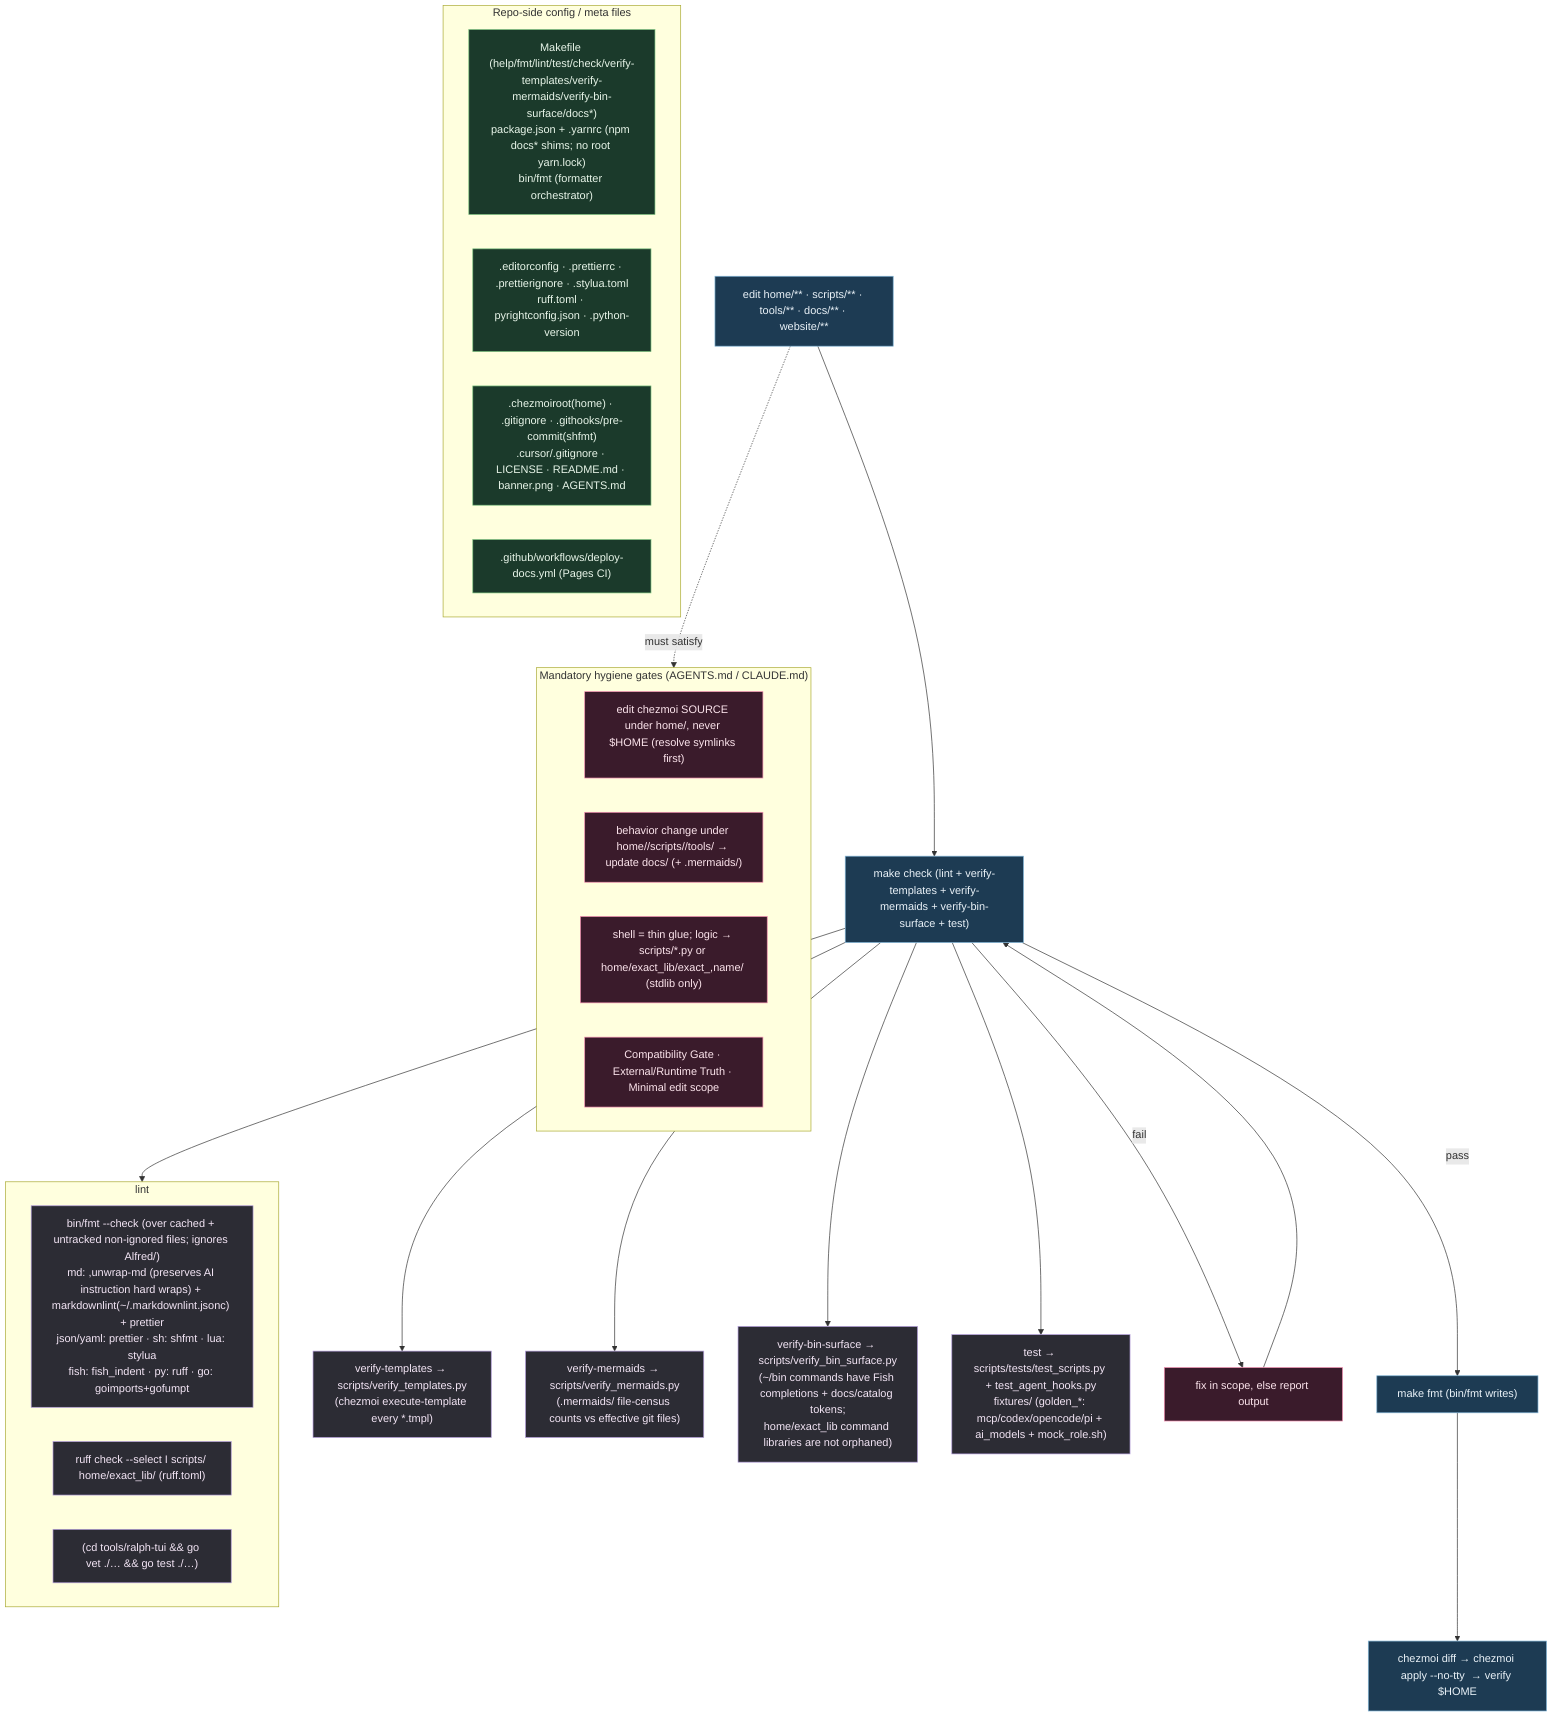
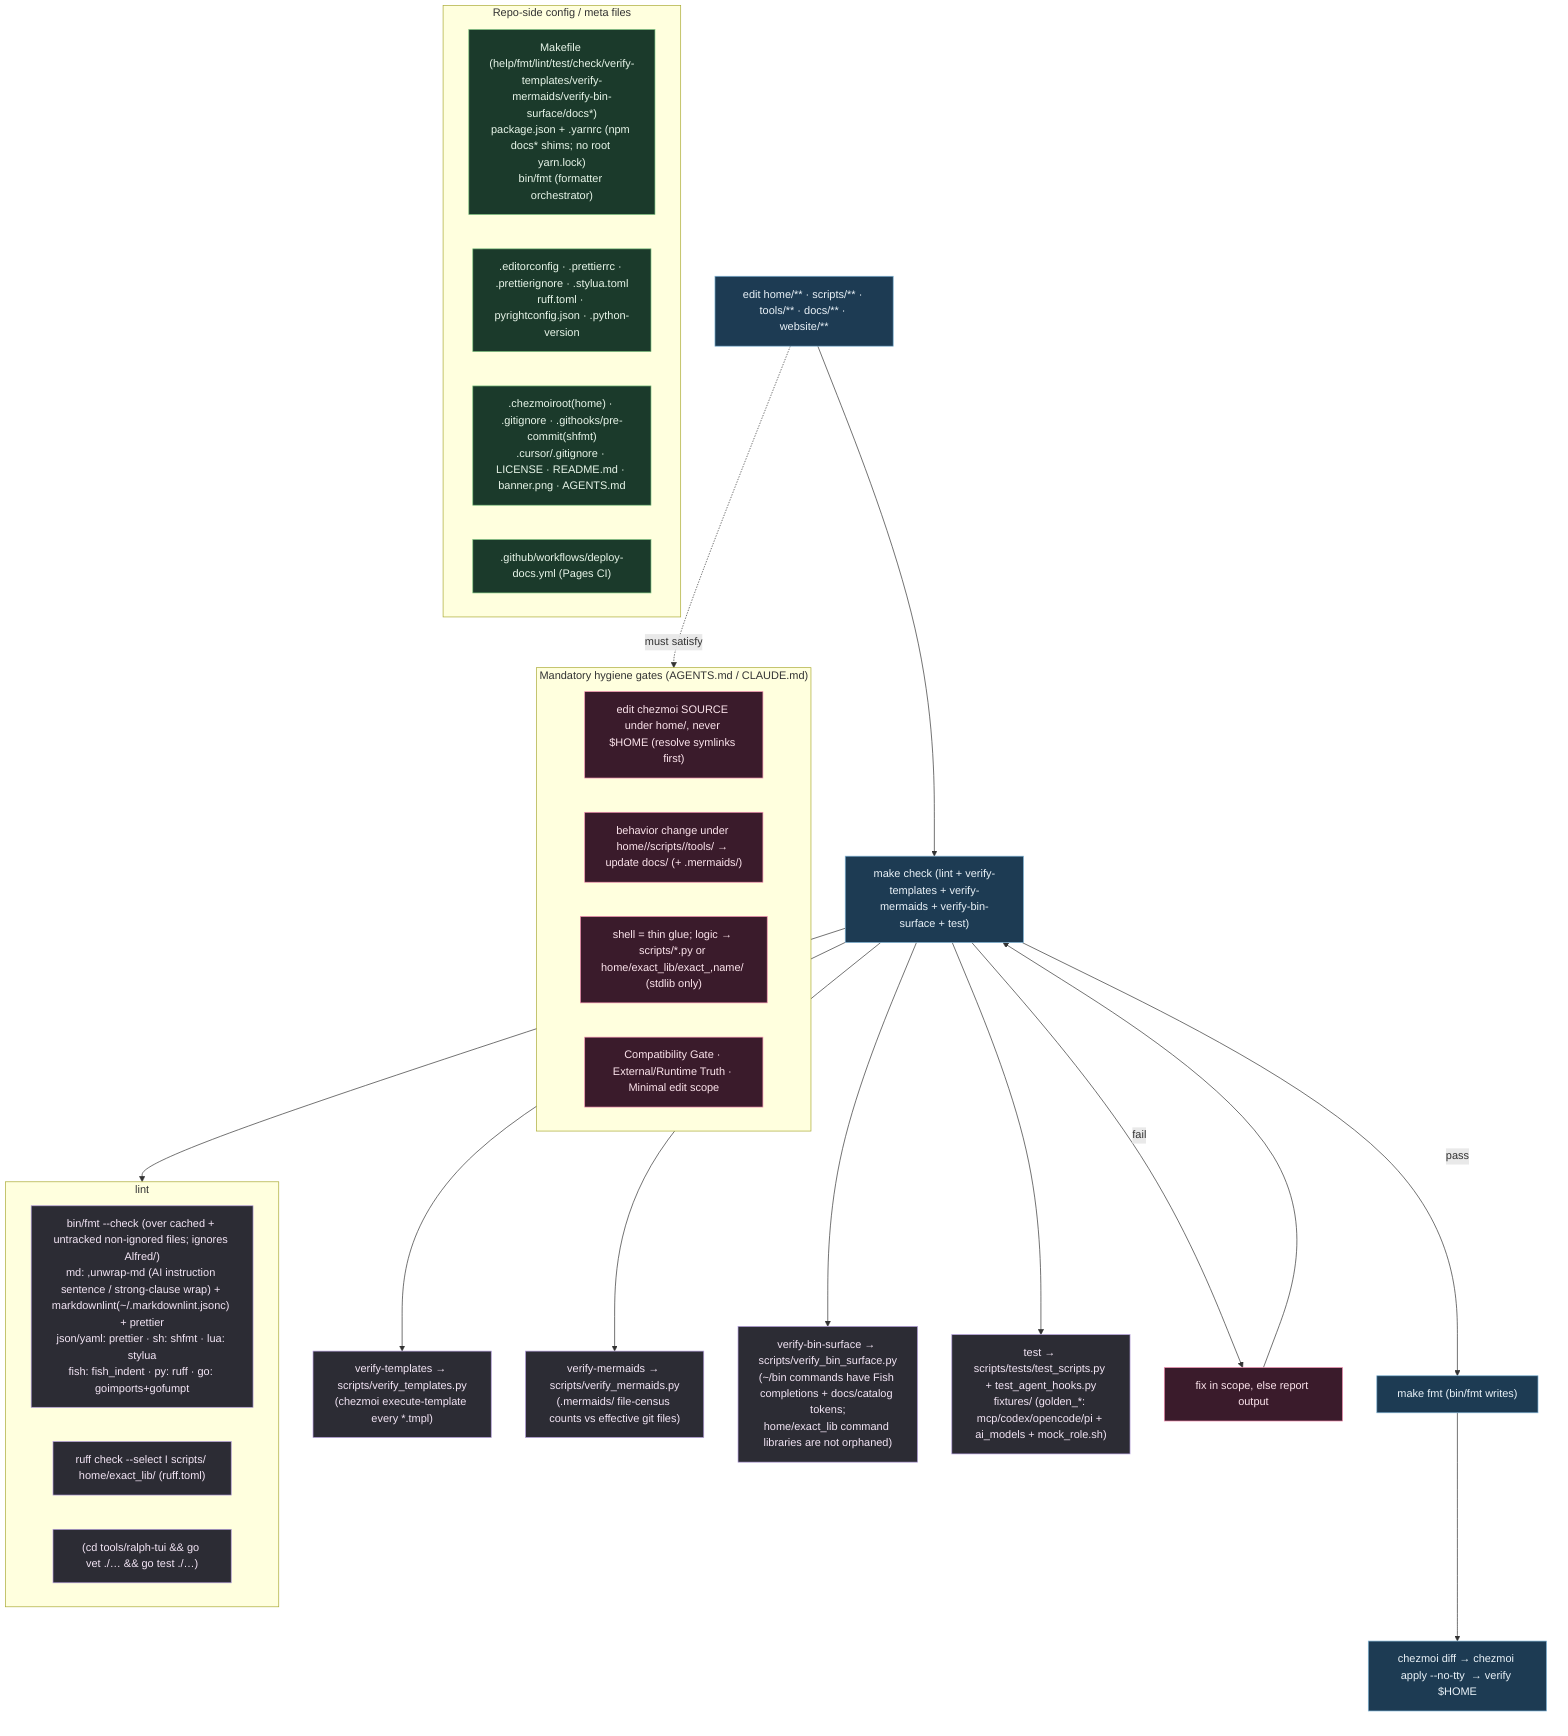
%% ============================================================================
%% 09-repo-validation.mmd — Repo dev loop + every repo-side config/meta file.
%% After every change: `make check` then `make fmt`. bin/fmt operates over the
%% effective git file set (cached + untracked, non-ignored; .mmd files untouched).
%% ============================================================================
flowchart TD
    classDef mk fill:#1d3b53,stroke:#7fb3d5,color:#eaf2f8;
    classDef tool fill:#2c2c34,stroke:#b39ddb,color:#f3e5f5;
    classDef gate fill:#3a1b2b,stroke:#f48fb1,color:#fce4ec;
    classDef cfg fill:#1b3a2b,stroke:#81c784,color:#e8f5e9;

    EDIT["edit home/** · scripts/** · tools/** · docs/** · website/**"]:::mk --> CHECK["make check (lint + verify-templates + verify-mermaids + verify-bin-surface + test)"]:::mk

    subgraph LINT["lint"]
-         FMT["bin/fmt --check (over cached + untracked non-ignored files; ignores Alfred/)<br/>md: ,unwrap-md (preserves AI instruction hard wraps) + markdownlint(~/.markdownlint.jsonc) + prettier<br/>json/yaml: prettier · sh: shfmt · lua: stylua<br/>fish: fish_indent · py: ruff · go: goimports+gofumpt"]:::tool
+         FMT["bin/fmt --check (over cached + untracked non-ignored files; ignores Alfred/)<br/>md: ,unwrap-md (AI instruction sentence / strong-clause wrap) + markdownlint(~/.markdownlint.jsonc) + prettier<br/>json/yaml: prettier · sh: shfmt · lua: stylua<br/>fish: fish_indent · py: ruff · go: goimports+gofumpt"]:::tool
        RUFFI["ruff check --select I scripts/ home/exact_lib/ (ruff.toml)"]:::tool
        GOV["(cd tools/ralph-tui && go vet ./… && go test ./…)"]:::tool
    end
    VT["verify-templates → scripts/verify_templates.py<br/>(chezmoi execute-template every *.tmpl)"]:::tool
    VM["verify-mermaids → scripts/verify_mermaids.py<br/>(.mermaids/ file-census counts vs effective git files)"]:::tool
    VB["verify-bin-surface → scripts/verify_bin_surface.py<br/>(~/bin commands have Fish completions + docs/catalog tokens;<br/>home/exact_lib command libraries are not orphaned)"]:::tool
    TST["test → scripts/tests/test_scripts.py + test_agent_hooks.py<br/>fixtures/ (golden_*: mcp/codex/opencode/pi + ai_models + mock_role.sh)"]:::tool
    CHECK --> LINT & VT & VM & VB & TST

    CHECK -->|fail| FIX["fix in scope, else report output"]:::gate --> CHECK
    CHECK -->|pass| FMTW["make fmt (bin/fmt writes)"]:::mk
    FMTW --> APPLY["chezmoi diff → chezmoi apply --no-tty <target> → verify $HOME"]:::mk

    subgraph CONFIG["Repo-side config / meta files"]
        C1["Makefile (help/fmt/lint/test/check/verify-templates/verify-mermaids/verify-bin-surface/docs*)<br/>package.json + .yarnrc (npm docs* shims; no root yarn.lock)<br/>bin/fmt (formatter orchestrator)"]:::cfg
        C2[".editorconfig · .prettierrc · .prettierignore · .stylua.toml<br/>ruff.toml · pyrightconfig.json · .python-version"]:::cfg
        C3[".chezmoiroot(home) · .gitignore · .githooks/pre-commit(shfmt)<br/>.cursor/.gitignore · LICENSE · README.md · banner.png · AGENTS.md"]:::cfg
        C4[".github/workflows/deploy-docs.yml (Pages CI)"]:::cfg
    end

    subgraph HYG["Mandatory hygiene gates (AGENTS.md / CLAUDE.md)"]
        G1["edit chezmoi SOURCE under home/, never $HOME (resolve symlinks first)"]:::gate
        G2["behavior change under home//scripts//tools/ → update docs/ (+ .mermaids/)"]:::gate
        G3["shell = thin glue; logic → scripts/*.py or home/exact_lib/exact_,name/ (stdlib only)"]:::gate
        G4["Compatibility Gate · External/Runtime Truth · Minimal edit scope"]:::gate
    end
    EDIT -.must satisfy.-> HYG
